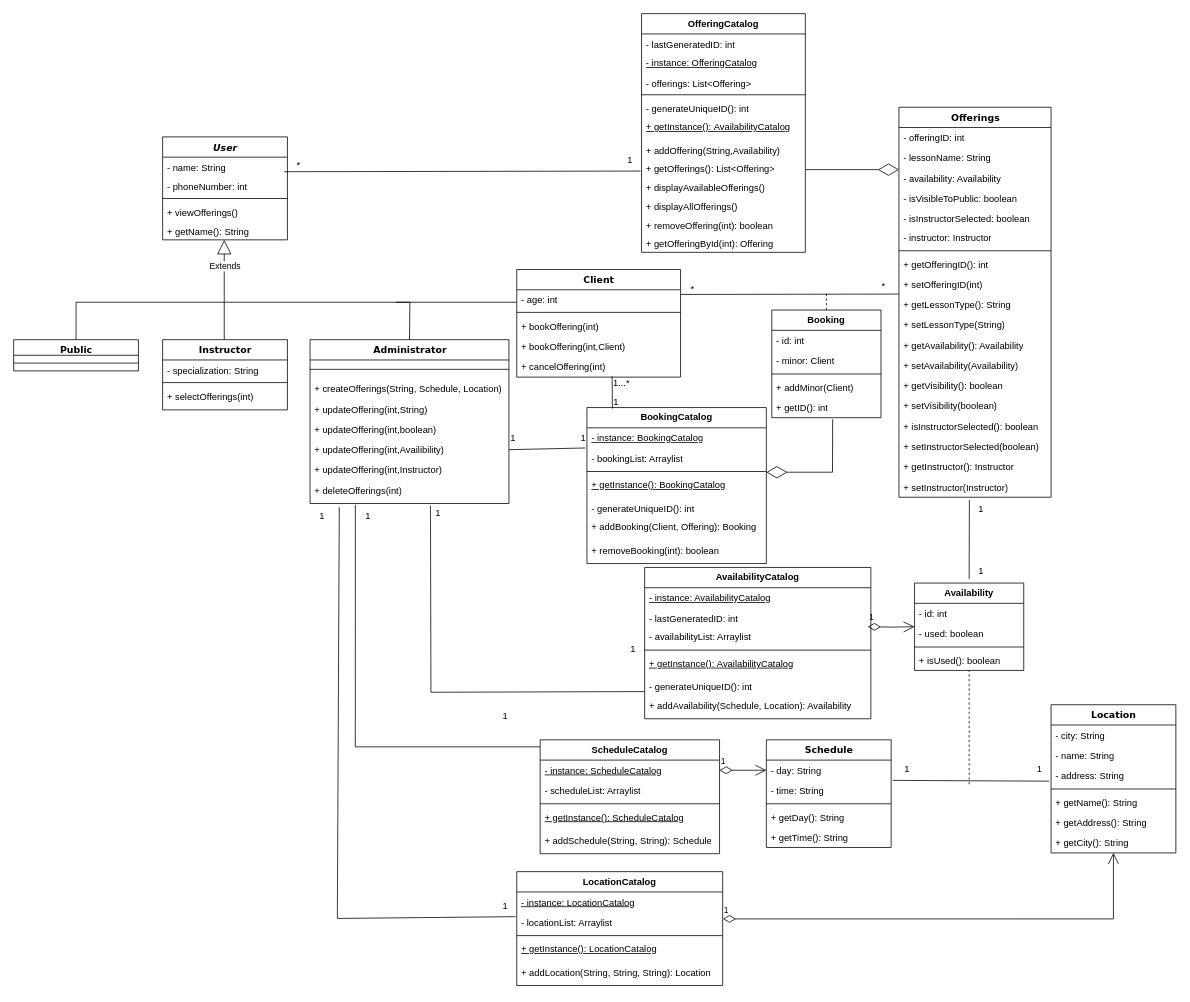
Earlier version of the draw.io diagram iteration 3/UML_Class_Diagram_Process_Bookings.drawio (codedsami/SOEN-342-Project). Source tidied: cells renumbered, new cells numbered last; positions are measured from the earlier drawing's top-left corner, leaving out a move shared by most shapes. Both pictures are drawn from the tidied source at 78%, with x=0, y=0 at pixel (13, 13).
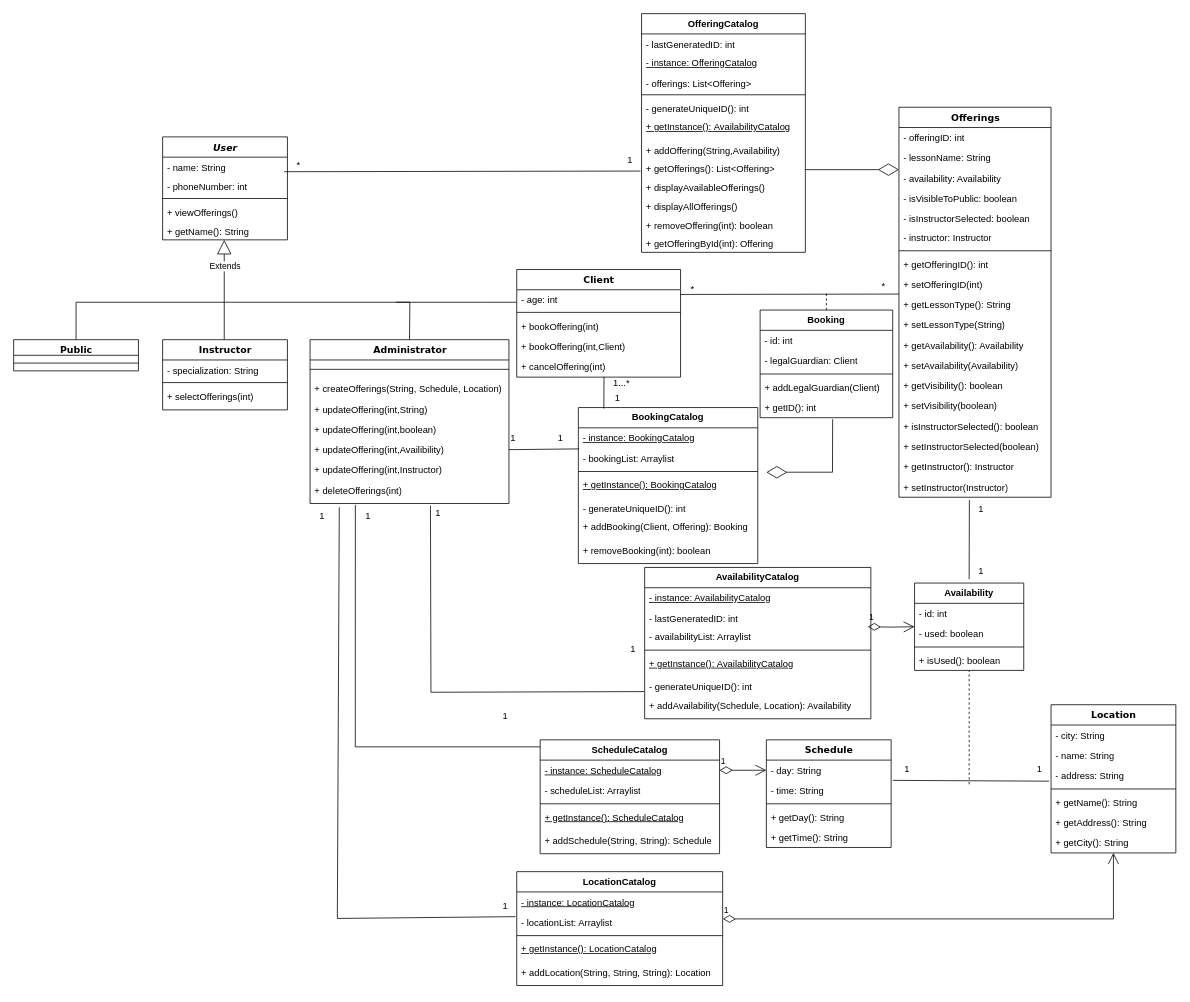
Above is the later version.

The change refers to these unchanged cells:
```xml
<mxCell id="73" value="&lt;div&gt;+ updateOffering(int,Availibility)&lt;/div&gt;&lt;div&gt;&lt;br&gt;&lt;/div&gt;" style="text;html=1;strokeColor=none;fillColor=none;align=left;verticalAlign=top;spacingLeft=4;spacingRight=4;whiteSpace=wrap;overflow=hidden;points=[[0,0.5],[1,0.5]];portConstraint=eastwest;" parent="68" vertex="1">
  <mxGeometry y="128" width="255" height="26" as="geometry" />
</mxCell>
<mxCell id="110" value="&lt;div&gt;+ cancelOffering(int)&lt;/div&gt;&lt;div&gt;&lt;br&gt;&lt;/div&gt;" style="text;html=1;strokeColor=none;fillColor=none;align=left;verticalAlign=top;spacingLeft=4;spacingRight=4;whiteSpace=wrap;overflow=hidden;points=[[0,0.5],[1,0.5]];portConstraint=eastwest;" parent="105" vertex="1">
  <mxGeometry y="112" width="210" height="26" as="geometry" />
</mxCell>
<mxCell id="149" value="1...*" style="text;html=1;align=center;verticalAlign=middle;points=[];strokeColor=none;fillColor=none;" parent="1" vertex="1">
  <mxGeometry x="759" y="459" width="40" height="30" as="geometry" />
</mxCell>
```

The edit, as a diff of the source:
```diff
@@
     <mxCell id="113" value="&lt;b&gt;Booking&lt;/b&gt;" style="swimlane;fontStyle=0;horizontal=1;startSize=26;fillColor=none;whiteSpace=wrap;html=1;" parent="1" vertex="1">
-      <mxGeometry x="972" y="380" width="140" height="138" as="geometry" />
+      <mxGeometry x="957" y="380" width="170" height="138" as="geometry" />
     </mxCell>
     <mxCell id="114" value="- id: int" style="text;strokeColor=none;fillColor=none;align=left;verticalAlign=top;spacingLeft=4;spacingRight=4;overflow=hidden;whiteSpace=wrap;html=1;" parent="113" vertex="1">
-      <mxGeometry y="26" width="140" height="26" as="geometry" />
+      <mxGeometry y="26" width="170" height="26" as="geometry" />
     </mxCell>
-    <mxCell id="115" value="- minor: Client" style="text;strokeColor=none;fillColor=none;align=left;verticalAlign=top;spacingLeft=4;spacingRight=4;overflow=hidden;whiteSpace=wrap;html=1;" parent="113" vertex="1">
-      <mxGeometry y="52" width="140" height="26" as="geometry" />
+    <mxCell id="115" value="- legalGuardian: Client" style="text;strokeColor=none;fillColor=none;align=left;verticalAlign=top;spacingLeft=4;spacingRight=4;overflow=hidden;whiteSpace=wrap;html=1;" parent="113" vertex="1">
+      <mxGeometry y="52" width="170" height="26" as="geometry" />
     </mxCell>
     <mxCell id="116" style="line;strokeWidth=1;fillColor=none;align=left;verticalAlign=middle;spacingTop=-1;spacingLeft=3;spacingRight=3;labelPosition=right;strokeColor=inherit;" parent="113" vertex="1">
-      <mxGeometry y="78" width="140" height="8" as="geometry" />
+      <mxGeometry y="78" width="170" height="8" as="geometry" />
     </mxCell>
-    <mxCell id="117" value="+ addMinor(Client)" style="text;strokeColor=none;fillColor=none;align=left;verticalAlign=top;spacingLeft=4;spacingRight=4;overflow=hidden;whiteSpace=wrap;html=1;" parent="113" vertex="1">
-      <mxGeometry y="86" width="140" height="26" as="geometry" />
+    <mxCell id="117" value="+ addLegalGuardian(Client)" style="text;strokeColor=none;fillColor=none;align=left;verticalAlign=top;spacingLeft=4;spacingRight=4;overflow=hidden;whiteSpace=wrap;html=1;" parent="113" vertex="1">
+      <mxGeometry y="86" width="170" height="26" as="geometry" />
     </mxCell>
     <mxCell id="118" value="+ getID(): int" style="text;strokeColor=none;fillColor=none;align=left;verticalAlign=top;spacingLeft=4;spacingRight=4;overflow=hidden;whiteSpace=wrap;html=1;" parent="113" vertex="1">
-      <mxGeometry y="112" width="140" height="26" as="geometry" />
+      <mxGeometry y="112" width="170" height="26" as="geometry" />
     </mxCell>
@@
-    <mxCell id="120" style="endArrow=none;html=1;rounded=0;exitX=1;exitY=0.5;exitDx=0;exitDy=0;entryX=0.597;entryY=0.894;entryDx=0;entryDy=0;entryPerimeter=0;" parent="1" edge="1" source="73" target="122">
-      <mxGeometry relative="1" as="geometry" />
+    <mxCell id="120" style="endArrow=none;html=1;rounded=0;exitX=1;exitY=0.5;exitDx=0;exitDy=0;" parent="1" edge="1" source="73">
+      <mxGeometry relative="1" as="geometry">
+        <mxPoint x="725" y="558" as="targetPoint" />
+      </mxGeometry>
     </mxCell>
@@
     <mxCell id="122" value="1" style="text;html=1;align=center;verticalAlign=middle;points=[];strokeColor=none;fillColor=none;" parent="1" vertex="1">
-      <mxGeometry x="715" y="530" width="30" height="30" as="geometry" />
+      <mxGeometry x="686" y="530" width="30" height="30" as="geometry" />
     </mxCell>
@@
     <mxCell id="140" value="&lt;b&gt;BookingCatalog&lt;/b&gt;" style="swimlane;fontStyle=0;horizontal=1;startSize=26;fillColor=none;whiteSpace=wrap;html=1;" parent="1" vertex="1">
-      <mxGeometry x="735" y="505" width="230" height="200" as="geometry" />
+      <mxGeometry x="724" y="505" width="230" height="200" as="geometry" />
     </mxCell>
@@
-    <mxCell id="148" style="endArrow=none;html=1;rounded=0;entryX=0.582;entryY=0.956;entryDx=0;entryDy=0;entryPerimeter=0;exitX=0.142;exitY=0.006;exitDx=0;exitDy=0;exitPerimeter=0;" parent="1" edge="1" source="140" target="110">
+    <mxCell id="148" style="endArrow=none;html=1;rounded=0;entryX=-0.054;entryY=0.223;entryDx=0;entryDy=0;entryPerimeter=0;exitX=0.142;exitY=0.006;exitDx=0;exitDy=0;exitPerimeter=0;" parent="1" edge="1" source="140" target="149">
       <mxGeometry relative="1" as="geometry" />
     </mxCell>
@@
     <mxCell id="150" value="1" style="text;html=1;align=center;verticalAlign=middle;strokeColor=none;fillColor=none;" parent="1" vertex="1">
-      <mxGeometry x="757" y="483" width="30" height="30" as="geometry" />
+      <mxGeometry x="759" y="478" width="30" height="30" as="geometry" />
     </mxCell>
```
